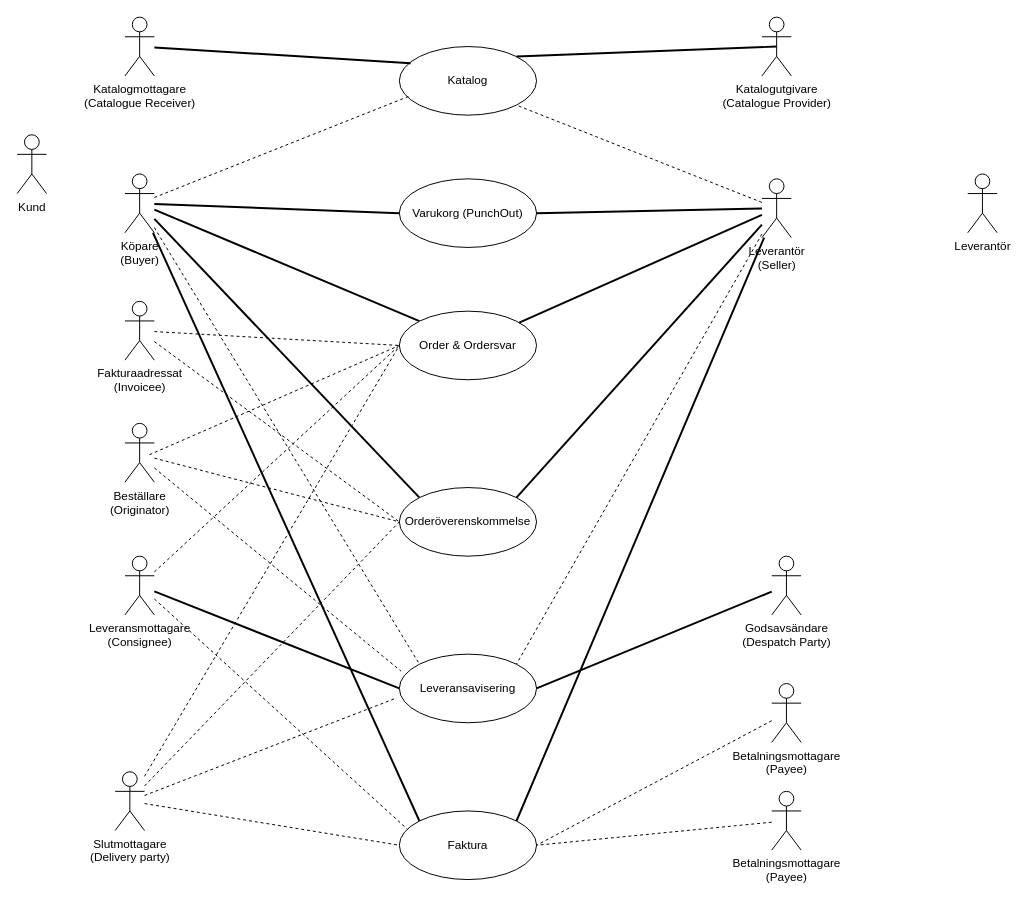
SingleFaceToIndustry/sfti-diagrams keeps this draw.io diagram as teknisk-handledning/SFTI_tekn_handledning.drawio. Above is the earlier version. Source tidied: cells renumbered, new cells numbered last; positions are measured from the earlier drawing's top-left corner, leaving out a move shared by most shapes. Both pictures are drawn from the tidied source at 98%, with x=0, y=0 at pixel (17, 17).
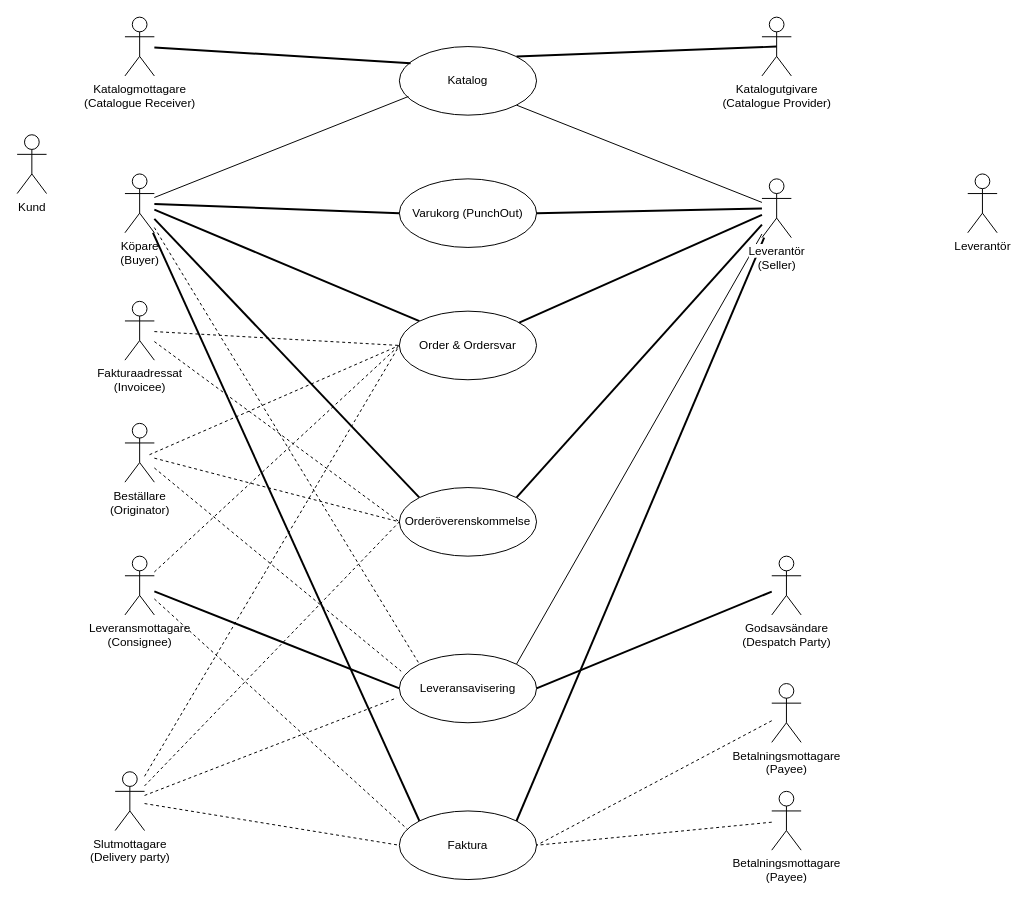
Above is the later version.

Unchanged cells that the change refers to:
```xml
<mxCell id="7" value="Köpare&lt;br&gt;(Buyer)" style="shape=umlActor;verticalLabelPosition=bottom;verticalAlign=top;html=1;" parent="1" vertex="1">
  <mxGeometry x="110" y="160" width="30" height="60" as="geometry" />
</mxCell>
<mxCell id="8" value="Katalog" style="ellipse;whiteSpace=wrap;html=1;" parent="1" vertex="1">
  <mxGeometry x="390" y="30" width="140" height="70" as="geometry" />
</mxCell>
<mxCell id="12" value="Leveransavisering" style="ellipse;whiteSpace=wrap;html=1;" parent="1" vertex="1">
  <mxGeometry x="390" y="650" width="140" height="70" as="geometry" />
</mxCell>
```

What changed in the source:
```diff
@@
-    <mxCell id="14" style="edgeStyle=none;shape=connector;rounded=0;jettySize=auto;html=1;entryX=1;entryY=1;entryDx=0;entryDy=0;strokeColor=default;align=center;verticalAlign=middle;fontFamily=Helvetica;fontSize=11;fontColor=default;labelBackgroundColor=default;endArrow=none;endFill=0;dashed=1;" parent="1" edge="1" source="20" target="8">
+    <mxCell id="14" style="edgeStyle=none;shape=connector;rounded=0;jettySize=auto;html=1;entryX=1;entryY=1;entryDx=0;entryDy=0;strokeColor=default;align=center;verticalAlign=middle;fontFamily=Helvetica;fontSize=11;fontColor=default;labelBackgroundColor=default;endArrow=none;endFill=0;" parent="1" edge="1" source="20" target="8">
       <mxGeometry relative="1" as="geometry" />
     </mxCell>
@@
-    <mxCell id="18" style="edgeStyle=none;shape=connector;rounded=0;jettySize=auto;html=1;entryX=1;entryY=0;entryDx=0;entryDy=0;strokeColor=default;align=center;verticalAlign=middle;fontFamily=Helvetica;fontSize=11;fontColor=default;labelBackgroundColor=default;endArrow=none;endFill=0;dashed=1;" parent="1" edge="1" source="20" target="12">
+    <mxCell id="18" style="edgeStyle=none;shape=connector;rounded=0;jettySize=auto;html=1;entryX=1;entryY=0;entryDx=0;entryDy=0;strokeColor=default;align=center;verticalAlign=middle;fontFamily=Helvetica;fontSize=11;fontColor=default;labelBackgroundColor=default;endArrow=none;endFill=0;" parent="1" edge="1" source="20" target="12">
       <mxGeometry relative="1" as="geometry" />
     </mxCell>
@@
-    <mxCell id="20" value="Leverantör&lt;br&gt;(Seller)" style="shape=umlActor;verticalLabelPosition=bottom;verticalAlign=top;html=1;" parent="1" vertex="1">
+    <mxCell id="20" value="&lt;span style=&quot;background-color: light-dark(#ffffff, var(--ge-dark-color, #121212));&quot;&gt;Leverantör&lt;br&gt;(Seller)&lt;/span&gt;" style="shape=umlActor;verticalLabelPosition=bottom;verticalAlign=top;html=1;" parent="1" vertex="1">
       <mxGeometry x="760" y="165" width="30" height="60" as="geometry" />
     </mxCell>
@@
-    <mxCell id="32" style="edgeStyle=none;shape=connector;rounded=0;jettySize=auto;html=1;entryX=0.066;entryY=0.728;entryDx=0;entryDy=0;entryPerimeter=0;strokeColor=default;align=center;verticalAlign=middle;fontFamily=Helvetica;fontSize=11;fontColor=default;labelBackgroundColor=default;endArrow=none;endFill=0;dashed=1;" parent="1" edge="1" source="7" target="8">
+    <mxCell id="32" style="edgeStyle=none;shape=connector;rounded=0;jettySize=auto;html=1;entryX=0.066;entryY=0.728;entryDx=0;entryDy=0;entryPerimeter=0;strokeColor=default;align=center;verticalAlign=middle;fontFamily=Helvetica;fontSize=11;fontColor=default;labelBackgroundColor=default;endArrow=none;endFill=0;" parent="1" edge="1" source="7" target="8">
       <mxGeometry relative="1" as="geometry" />
     </mxCell>
```
